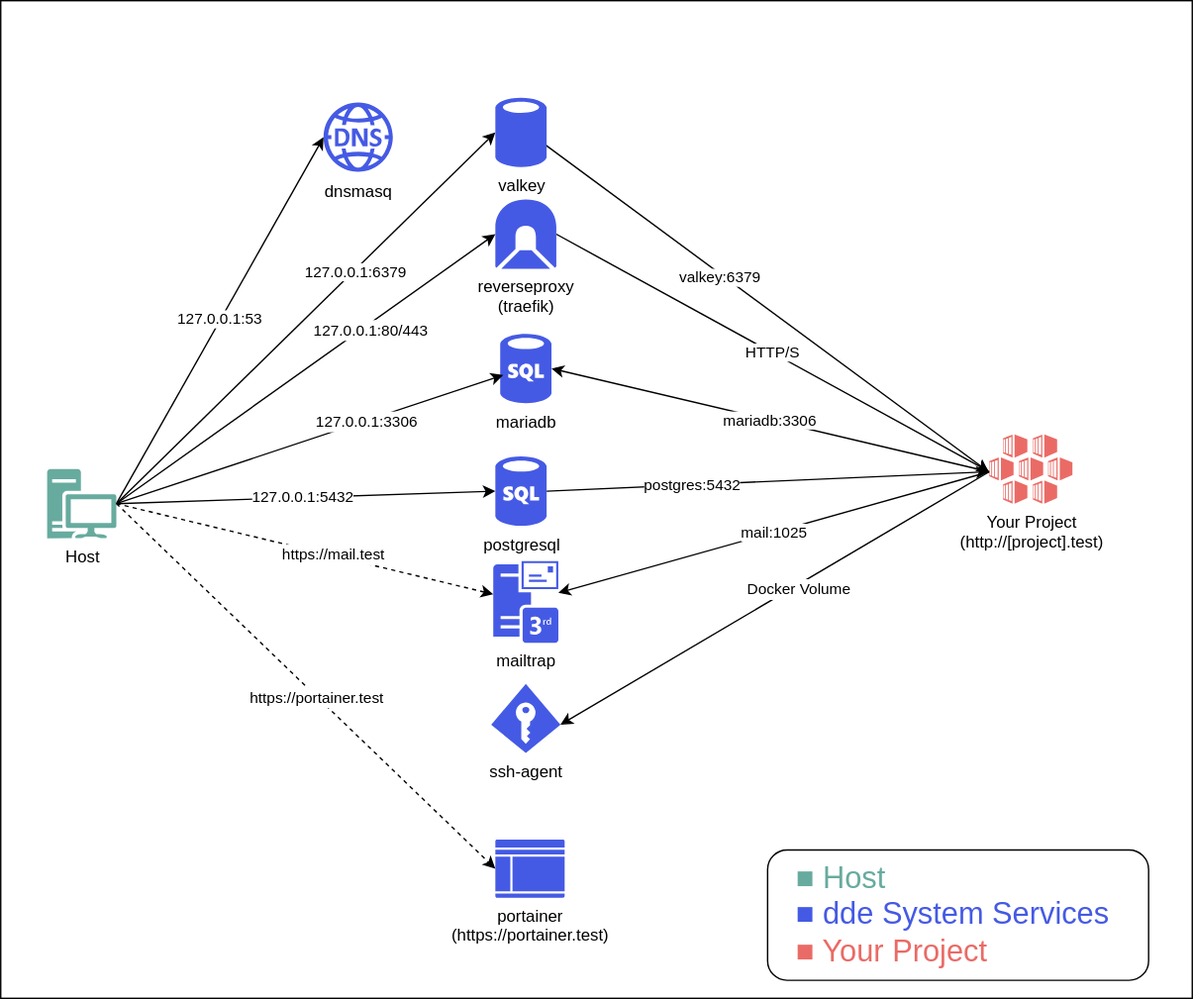
Earlier version of the draw.io export docs/_img/architecture.svg (whatwedo/dde). Source tidied: cells renumbered, new cells last; positions are measured from the earlier drawing's top-left corner, leaving out a move shared by most shapes. Source of this version:
```xml
<mxGraphModel>
  <root>
    <mxCell id="0" />
    <mxCell id="1" parent="0" />
    <mxCell id="2" style="rounded=0;whiteSpace=wrap;html=1;strokeColor=#000000;fillColor=#FFFFFF;strokeWidth=1;" parent="1" vertex="1">
      <mxGeometry width="860" height="720" as="geometry" />
    </mxCell>
    <mxCell id="3" value="portainer&lt;br&gt;(https://portainer.test)&lt;br&gt;" style="shadow=0;dashed=0;html=1;strokeColor=none;labelPosition=center;verticalLabelPosition=bottom;verticalAlign=top;align=center;shape=mxgraph.mscae.cloud.management_portal;fillColor=#455ae4;" parent="1" vertex="1">
      <mxGeometry x="357" y="605.5" width="50" height="42" as="geometry" />
    </mxCell>
    <mxCell id="4" value="mariadb&lt;br&gt;" style="shadow=0;dashed=0;html=1;strokeColor=none;fillColor=#455ae4;labelPosition=center;verticalLabelPosition=bottom;verticalAlign=top;align=center;shape=mxgraph.azure.sql_database;" parent="1" vertex="1">
      <mxGeometry x="360.5" y="240.5" width="37" height="50" as="geometry" />
    </mxCell>
    <mxCell id="5" value="HTTP/S" style="edgeStyle=none;rounded=0;html=1;exitX=1;exitY=0.5;exitDx=0;exitDy=0;exitPerimeter=0;entryX=0;entryY=0.54;entryDx=0;entryDy=0;entryPerimeter=0;jettySize=auto;" parent="1" edge="1" source="6" target="14">
      <mxGeometry relative="1" as="geometry" />
    </mxCell>
    <mxCell id="6" value="reverseproxy&lt;br&gt;&lt;div&gt;(traefik)&lt;/div&gt;" style="shadow=0;dashed=0;html=1;strokeColor=none;labelPosition=center;verticalLabelPosition=bottom;verticalAlign=top;align=center;shape=mxgraph.mscae.cloud.gateway;fillColor=#455ae4;" parent="1" vertex="1">
      <mxGeometry x="357" y="143.5" width="44" height="50" as="geometry" />
    </mxCell>
    <mxCell id="7" value="dnsmasq&lt;br&gt;" style="shadow=0;dashed=0;html=1;strokeColor=none;labelPosition=center;verticalLabelPosition=bottom;verticalAlign=top;align=center;shape=mxgraph.mscae.cloud.azure_dns;fillColor=#455ae4;" parent="1" vertex="1">
      <mxGeometry x="233" y="73.5" width="50" height="50" as="geometry" />
    </mxCell>
    <mxCell id="8" value="mailtrap" style="shadow=0;dashed=0;html=1;strokeColor=none;fillColor=#455ae4;labelPosition=center;verticalLabelPosition=bottom;verticalAlign=top;outlineConnect=0;align=center;shape=mxgraph.office.servers.3rd_party_mail_server;" parent="1" vertex="1">
      <mxGeometry x="355.5" y="404.5" width="47" height="59" as="geometry" />
    </mxCell>
    <mxCell id="9" value="ssh-agent&lt;br&gt;" style="shadow=0;dashed=0;html=1;strokeColor=none;fillColor=#455ae4;labelPosition=center;verticalLabelPosition=bottom;verticalAlign=top;align=center;shape=mxgraph.azure.access_control;" parent="1" vertex="1">
      <mxGeometry x="354" y="493" width="50" height="50" as="geometry" />
    </mxCell>
    <mxCell id="10" value="mariadb:3306" style="edgeStyle=none;rounded=0;html=1;exitX=0;exitY=0.54;exitDx=0;exitDy=0;exitPerimeter=0;entryX=1;entryY=0.5;entryDx=0;entryDy=0;entryPerimeter=0;jettySize=auto;" parent="1" edge="1" source="14" target="4">
      <mxGeometry relative="1" as="geometry" />
    </mxCell>
    <mxCell id="11" value="mail:1025" style="edgeStyle=none;rounded=0;html=1;exitX=0;exitY=0.54;exitDx=0;exitDy=0;exitPerimeter=0;jettySize=auto;" parent="1" edge="1" source="14" target="8">
      <mxGeometry relative="1" as="geometry" />
    </mxCell>
    <mxCell id="12" style="edgeStyle=none;rounded=0;html=1;entryX=1;entryY=0.59;entryDx=0;entryDy=0;entryPerimeter=0;jettySize=auto;exitX=0;exitY=0.54;exitDx=0;exitDy=0;exitPerimeter=0;" parent="1" edge="1" source="14" target="9">
      <mxGeometry relative="1" as="geometry" />
    </mxCell>
    <mxCell id="13" value="&lt;span style=&quot;font-size: 11px&quot;&gt;Docker Volume&lt;br&gt;&lt;/span&gt;" style="text;html=1;align=center;verticalAlign=middle;labelBackgroundColor=#ffffff;" parent="12" vertex="1">
      <mxGeometry x="-0.1" y="2" relative="1" as="geometry" />
    </mxCell>
    <mxCell id="14" value="Your Project&lt;br&gt;(http://[project].test)&lt;br&gt;" style="shadow=0;dashed=0;html=1;strokeColor=none;labelPosition=center;verticalLabelPosition=bottom;verticalAlign=top;align=center;shape=mxgraph.mscae.cloud.container_service;fillColor=#EA6B66;" parent="1" vertex="1">
      <mxGeometry x="713.5" y="313" width="60" height="50" as="geometry" />
    </mxCell>
    <mxCell id="15" style="edgeStyle=none;rounded=0;html=1;exitX=1;exitY=0.5;exitDx=0;exitDy=0;exitPerimeter=0;entryX=0;entryY=0.5;entryDx=0;entryDy=0;entryPerimeter=0;jettySize=auto;" parent="1" edge="1" source="24" target="6">
      <mxGeometry relative="1" as="geometry" />
    </mxCell>
    <mxCell id="16" value="&lt;span&gt;&lt;font style=&quot;font-size: 11px&quot;&gt;127.0.0.1:80/443&lt;/font&gt;&lt;br&gt;&lt;/span&gt;" style="text;html=1;align=center;verticalAlign=middle;labelBackgroundColor=#ffffff;" parent="15" vertex="1">
      <mxGeometry x="0.32" y="-3" relative="1" as="geometry" />
    </mxCell>
    <mxCell id="17" value="&lt;span&gt;127.0.0.1:53&lt;/span&gt;" style="edgeStyle=none;rounded=0;html=1;exitX=1;exitY=0.5;exitDx=0;exitDy=0;exitPerimeter=0;entryX=0;entryY=0.5;entryDx=0;entryDy=0;entryPerimeter=0;jettySize=auto;" parent="1" edge="1" source="24" target="7">
      <mxGeometry relative="1" as="geometry" />
    </mxCell>
    <mxCell id="18" style="edgeStyle=none;rounded=0;html=1;exitX=1;exitY=0.5;exitDx=0;exitDy=0;exitPerimeter=0;entryX=0.06;entryY=0.594;entryDx=0;entryDy=0;entryPerimeter=0;jettySize=auto;" parent="1" edge="1" source="24" target="4">
      <mxGeometry relative="1" as="geometry" />
    </mxCell>
    <mxCell id="19" value="&lt;span&gt;&lt;font style=&quot;font-size: 11px&quot;&gt;127.0.0.1:3306&lt;/font&gt;&lt;/span&gt;" style="text;html=1;align=center;verticalAlign=middle;labelBackgroundColor=#ffffff;" parent="18" vertex="1">
      <mxGeometry x="0.28" relative="1" as="geometry" />
    </mxCell>
    <mxCell id="20" style="edgeStyle=none;rounded=0;html=1;exitX=1;exitY=0.5;exitDx=0;exitDy=0;exitPerimeter=0;entryX=0;entryY=0.5;entryDx=0;entryDy=0;entryPerimeter=0;jettySize=auto;dashed=1;" parent="1" edge="1" source="24" target="3">
      <mxGeometry relative="1" as="geometry" />
    </mxCell>
    <mxCell id="21" value="&lt;font style=&quot;font-size: 11px&quot;&gt;https://portainer.test&lt;/font&gt;" style="text;html=1;align=center;verticalAlign=middle;labelBackgroundColor=#ffffff;" parent="20" vertex="1">
      <mxGeometry x="0.05" relative="1" as="geometry" />
    </mxCell>
    <mxCell id="22" style="edgeStyle=none;rounded=0;html=1;exitX=1;exitY=0.5;exitDx=0;exitDy=0;exitPerimeter=0;jettySize=auto;dashed=1;" parent="1" edge="1" source="24" target="8">
      <mxGeometry relative="1" as="geometry" />
    </mxCell>
    <mxCell id="23" value="&lt;font style=&quot;font-size: 11px&quot;&gt;https://mail.test&lt;/font&gt;" style="text;html=1;align=center;verticalAlign=middle;labelBackgroundColor=#ffffff;" parent="22" vertex="1">
      <mxGeometry x="0.14" y="1" relative="1" as="geometry" />
    </mxCell>
    <mxCell id="24" value="Host" style="shadow=0;dashed=0;html=1;strokeColor=none;labelPosition=center;verticalLabelPosition=bottom;verticalAlign=top;align=center;shape=mxgraph.mscae.enterprise.workstation_client;fillColor=#67AB9F;" parent="1" vertex="1">
      <mxGeometry x="33.5" y="338" width="50" height="50" as="geometry" />
    </mxCell>
    <mxCell id="25" value="&lt;font style=&quot;font-size: 22px&quot;&gt;&lt;span&gt;&lt;font color=&quot;#67ab9f&quot; style=&quot;font-size: 22px;&quot;&gt;&amp;nbsp; &amp;nbsp;■ Host&lt;/font&gt;&lt;/span&gt;&lt;span&gt;&lt;br&gt;&lt;/span&gt;&lt;font color=&quot;#455ae4&quot; style=&quot;font-size: 22px;&quot;&gt;&amp;nbsp; &amp;nbsp;■&amp;nbsp;&lt;/font&gt;&lt;span&gt;&lt;font color=&quot;#455ae4&quot; style=&quot;font-size: 22px;&quot;&gt;dde System Services&lt;/font&gt;&lt;br&gt;&lt;/span&gt;&lt;font color=&quot;#ea6b66&quot; style=&quot;font-size: 22px;&quot;&gt;&amp;nbsp; &amp;nbsp;■ Your Project&lt;/font&gt;&lt;/font&gt;&lt;span&gt;&lt;br&gt;&lt;/span&gt;" style="rounded=1;whiteSpace=wrap;html=1;strokeColor=#000000;fillColor=none;align=left;" parent="1" vertex="1">
      <mxGeometry x="553.5" y="613" width="275" height="94" as="geometry" />
    </mxCell>
    <mxCell id="26" style="rounded=0;jettySize=auto;html=1;exitX=1;exitY=0.5;exitDx=0;exitDy=0;exitPerimeter=0;" parent="1" edge="1" source="28">
      <mxGeometry relative="1" as="geometry">
        <mxPoint x="713" y="340" as="targetPoint" />
      </mxGeometry>
    </mxCell>
    <mxCell id="27" value="postgres:5432" style="edgeLabel;html=1;align=center;verticalAlign=middle;" parent="26" vertex="1">
      <mxGeometry x="-0.34" relative="1" as="geometry" />
    </mxCell>
    <mxCell id="28" value="postgresql" style="shadow=0;dashed=0;html=1;strokeColor=none;fillColor=#455ae4;labelPosition=center;verticalLabelPosition=bottom;verticalAlign=top;align=center;shape=mxgraph.azure.sql_database;" parent="1" vertex="1">
      <mxGeometry x="357" y="329" width="37" height="50" as="geometry" />
    </mxCell>
    <mxCell id="29" style="rounded=0;jettySize=auto;html=1;exitX=1;exitY=0.5;exitDx=0;exitDy=0;exitPerimeter=0;entryX=0;entryY=0.5;entryDx=0;entryDy=0;entryPerimeter=0;" parent="1" edge="1" source="24" target="28">
      <mxGeometry relative="1" as="geometry" />
    </mxCell>
    <mxCell id="30" value="127.0.0.1:5432" style="edgeLabel;html=1;align=center;verticalAlign=middle;" parent="29" vertex="1">
      <mxGeometry x="-0.02" y="1" relative="1" as="geometry" />
    </mxCell>
    <mxCell id="31" style="rounded=0;orthogonalLoop=1;jettySize=auto;html=1;exitX=0.89;exitY=0.886;exitDx=0;exitDy=0;exitPerimeter=0;" parent="1" edge="1">
      <mxGeometry relative="1" as="geometry">
        <mxPoint x="393.4" y="104.3" as="sourcePoint" />
        <mxPoint x="713" y="340" as="targetPoint" />
      </mxGeometry>
    </mxCell>
    <mxCell id="32" value="valkey:6379" style="edgeLabel;html=1;align=center;verticalAlign=middle;" parent="31" vertex="1">
      <mxGeometry x="-0.21" y="-2" relative="1" as="geometry" />
    </mxCell>
    <mxCell id="33" style="rounded=0;jettySize=auto;html=1;exitX=1;exitY=0.5;exitDx=0;exitDy=0;exitPerimeter=0;entryX=0;entryY=0.5;entryDx=0;entryDy=0;entryPerimeter=0;" parent="1" edge="1" source="24" target="37">
      <mxGeometry relative="1" as="geometry" />
    </mxCell>
    <mxCell id="34" value="127.0.0.1:6379" style="edgeLabel;html=1;align=center;verticalAlign=middle;" parent="33" vertex="1">
      <mxGeometry x="0.25" relative="1" as="geometry" />
    </mxCell>
    <mxCell id="35" style="group;" parent="1" vertex="1">
      <mxGeometry x="357" y="70" width="37" height="50" as="geometry" />
    </mxCell>
    <mxCell id="36" style="rounded=0;whiteSpace=wrap;html=1;fillColor=#455AE4;strokeColor=#9673a6;" parent="35" vertex="1">
      <mxGeometry x="3.5" y="16.5" width="30" height="20" as="geometry" />
    </mxCell>
    <mxCell id="37" value="valkey" style="shadow=0;dashed=0;html=1;strokeColor=none;fillColor=#455ae4;labelPosition=center;verticalLabelPosition=bottom;verticalAlign=top;align=center;shape=mxgraph.azure.sql_database;" parent="35" vertex="1">
      <mxGeometry width="37" height="50" as="geometry" />
    </mxCell>
  </root>
</mxGraphModel>
```
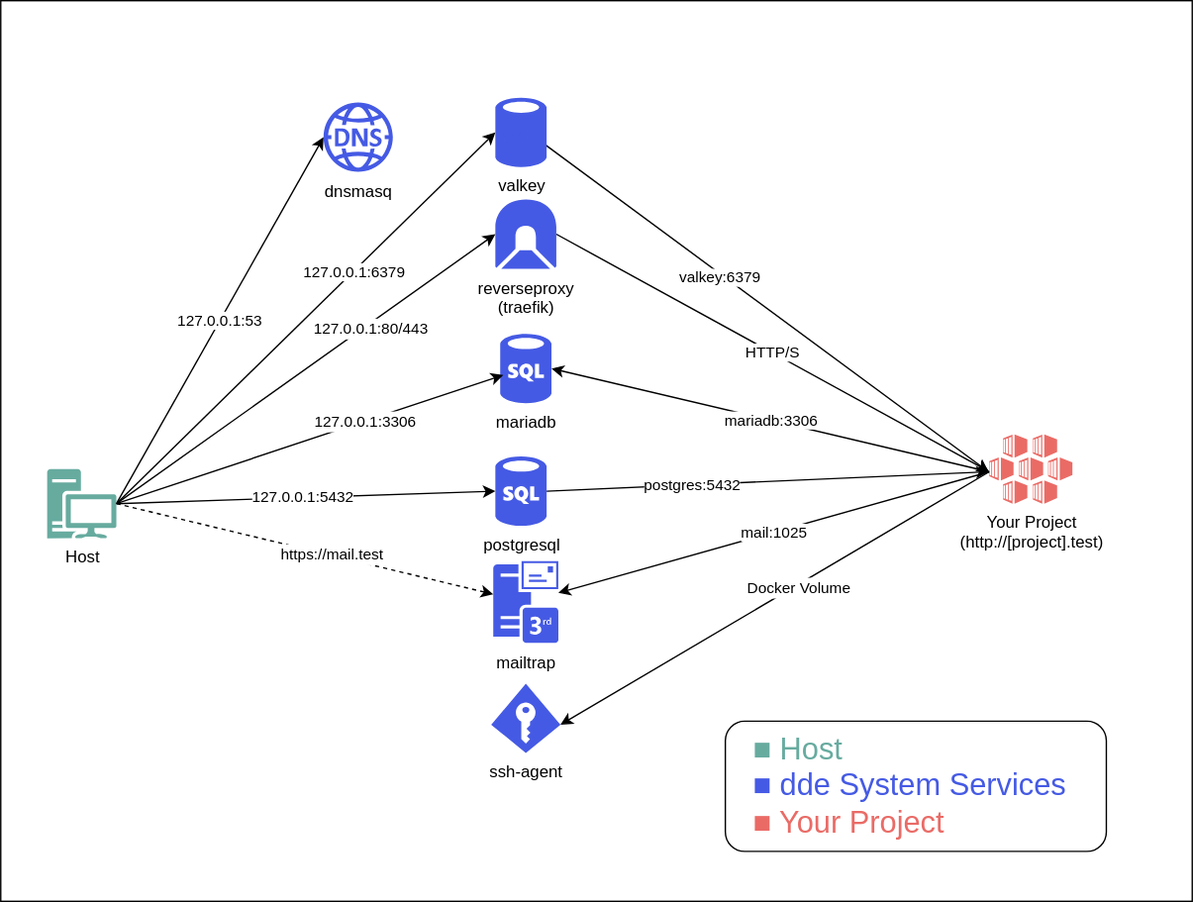
Later version of the same file.

Commit message:
docs(architecture): remove portainer from overview gfx

The edit, as a diff of the source:
```diff
@@ -3,11 +3,8 @@
     <mxCell id="0" />
     <mxCell id="1" parent="0" />
     <mxCell id="2" style="rounded=0;whiteSpace=wrap;html=1;strokeColor=#000000;fillColor=#FFFFFF;strokeWidth=1;" parent="1" vertex="1">
-      <mxGeometry width="860" height="720" as="geometry" />
+      <mxGeometry width="860" height="650" as="geometry" />
     </mxCell>
-    <mxCell id="3" value="portainer&lt;br&gt;(https://portainer.test)&lt;br&gt;" style="shadow=0;dashed=0;html=1;strokeColor=none;labelPosition=center;verticalLabelPosition=bottom;verticalAlign=top;align=center;shape=mxgraph.mscae.cloud.management_portal;fillColor=#455ae4;" parent="1" vertex="1">
-      <mxGeometry x="357" y="605.5" width="50" height="42" as="geometry" />
-    </mxCell>
     <mxCell id="4" value="mariadb&lt;br&gt;" style="shadow=0;dashed=0;html=1;strokeColor=none;fillColor=#455ae4;labelPosition=center;verticalLabelPosition=bottom;verticalAlign=top;align=center;shape=mxgraph.azure.sql_database;" parent="1" vertex="1">
       <mxGeometry x="360.5" y="240.5" width="37" height="50" as="geometry" />
     </mxCell>
@@ -56,12 +53,6 @@
     <mxCell id="19" value="&lt;span&gt;&lt;font style=&quot;font-size: 11px&quot;&gt;127.0.0.1:3306&lt;/font&gt;&lt;/span&gt;" style="text;html=1;align=center;verticalAlign=middle;labelBackgroundColor=#ffffff;" parent="18" vertex="1">
       <mxGeometry x="0.28" relative="1" as="geometry" />
     </mxCell>
-    <mxCell id="20" style="edgeStyle=none;rounded=0;html=1;exitX=1;exitY=0.5;exitDx=0;exitDy=0;exitPerimeter=0;entryX=0;entryY=0.5;entryDx=0;entryDy=0;entryPerimeter=0;jettySize=auto;dashed=1;" parent="1" edge="1" source="24" target="3">
-      <mxGeometry relative="1" as="geometry" />
-    </mxCell>
-    <mxCell id="21" value="&lt;font style=&quot;font-size: 11px&quot;&gt;https://portainer.test&lt;/font&gt;" style="text;html=1;align=center;verticalAlign=middle;labelBackgroundColor=#ffffff;" parent="20" vertex="1">
-      <mxGeometry x="0.05" relative="1" as="geometry" />
-    </mxCell>
     <mxCell id="22" style="edgeStyle=none;rounded=0;html=1;exitX=1;exitY=0.5;exitDx=0;exitDy=0;exitPerimeter=0;jettySize=auto;dashed=1;" parent="1" edge="1" source="24" target="8">
       <mxGeometry relative="1" as="geometry" />
     </mxCell>
@@ -72,7 +63,7 @@
       <mxGeometry x="33.5" y="338" width="50" height="50" as="geometry" />
     </mxCell>
     <mxCell id="25" value="&lt;font style=&quot;font-size: 22px&quot;&gt;&lt;span&gt;&lt;font color=&quot;#67ab9f&quot; style=&quot;font-size: 22px;&quot;&gt;&amp;nbsp; &amp;nbsp;■ Host&lt;/font&gt;&lt;/span&gt;&lt;span&gt;&lt;br&gt;&lt;/span&gt;&lt;font color=&quot;#455ae4&quot; style=&quot;font-size: 22px;&quot;&gt;&amp;nbsp; &amp;nbsp;■&amp;nbsp;&lt;/font&gt;&lt;span&gt;&lt;font color=&quot;#455ae4&quot; style=&quot;font-size: 22px;&quot;&gt;dde System Services&lt;/font&gt;&lt;br&gt;&lt;/span&gt;&lt;font color=&quot;#ea6b66&quot; style=&quot;font-size: 22px;&quot;&gt;&amp;nbsp; &amp;nbsp;■ Your Project&lt;/font&gt;&lt;/font&gt;&lt;span&gt;&lt;br&gt;&lt;/span&gt;" style="rounded=1;whiteSpace=wrap;html=1;strokeColor=#000000;fillColor=none;align=left;" parent="1" vertex="1">
-      <mxGeometry x="553.5" y="613" width="275" height="94" as="geometry" />
+      <mxGeometry x="523" y="520" width="275" height="94" as="geometry" />
     </mxCell>
     <mxCell id="26" style="rounded=0;jettySize=auto;html=1;exitX=1;exitY=0.5;exitDx=0;exitDy=0;exitPerimeter=0;" parent="1" edge="1" source="28">
       <mxGeometry relative="1" as="geometry">
```
